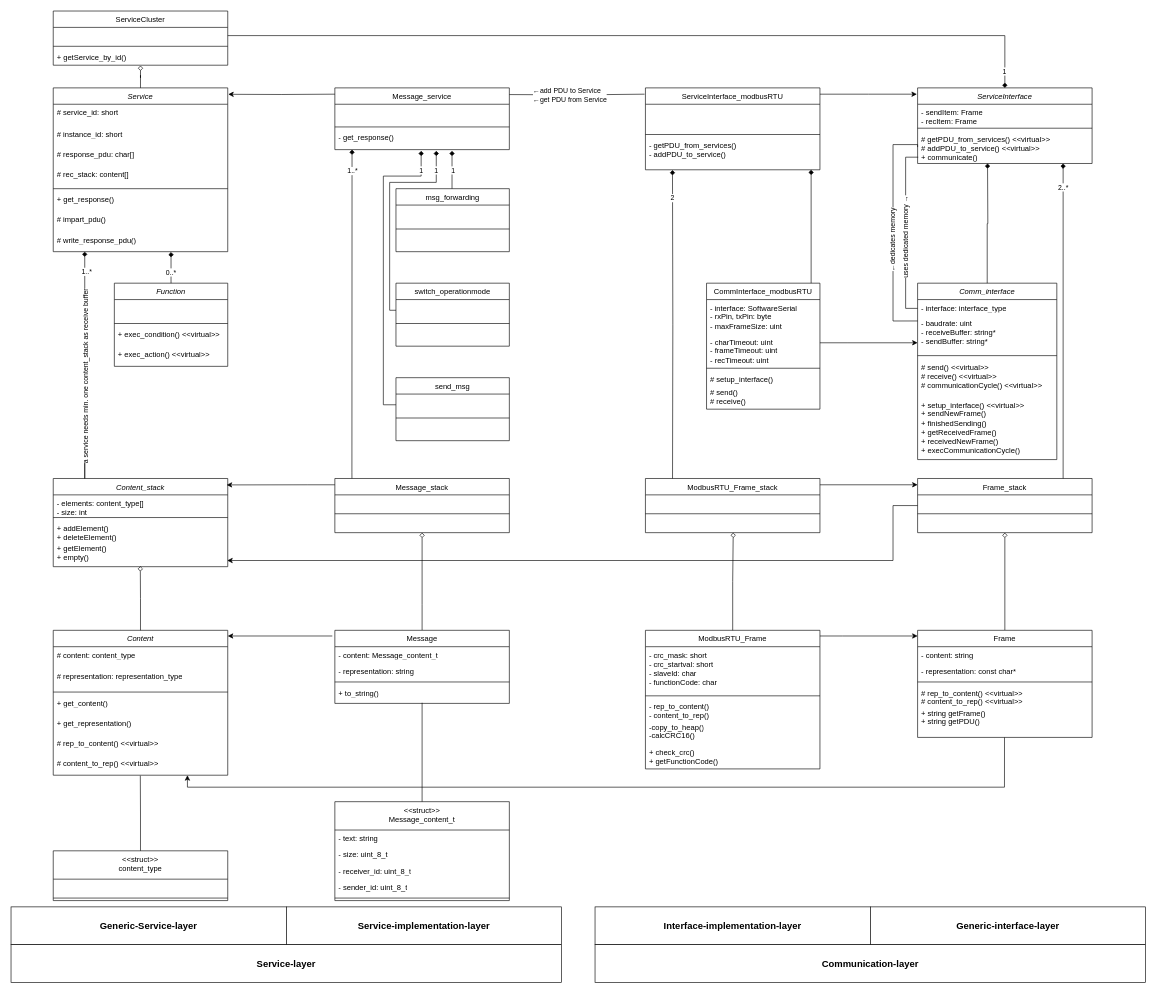
Above: modbus_classdiagram.drawio in F-L-X-S/BusBricks (draw.io), before the change. Source tidied: cells renumbered, new cells numbered last; positions are measured from the earlier drawing's top-left corner, leaving out a move shared by most shapes. Both pictures are drawn from the tidied source at 63%, with x=0, y=0 at pixel (11, 11).
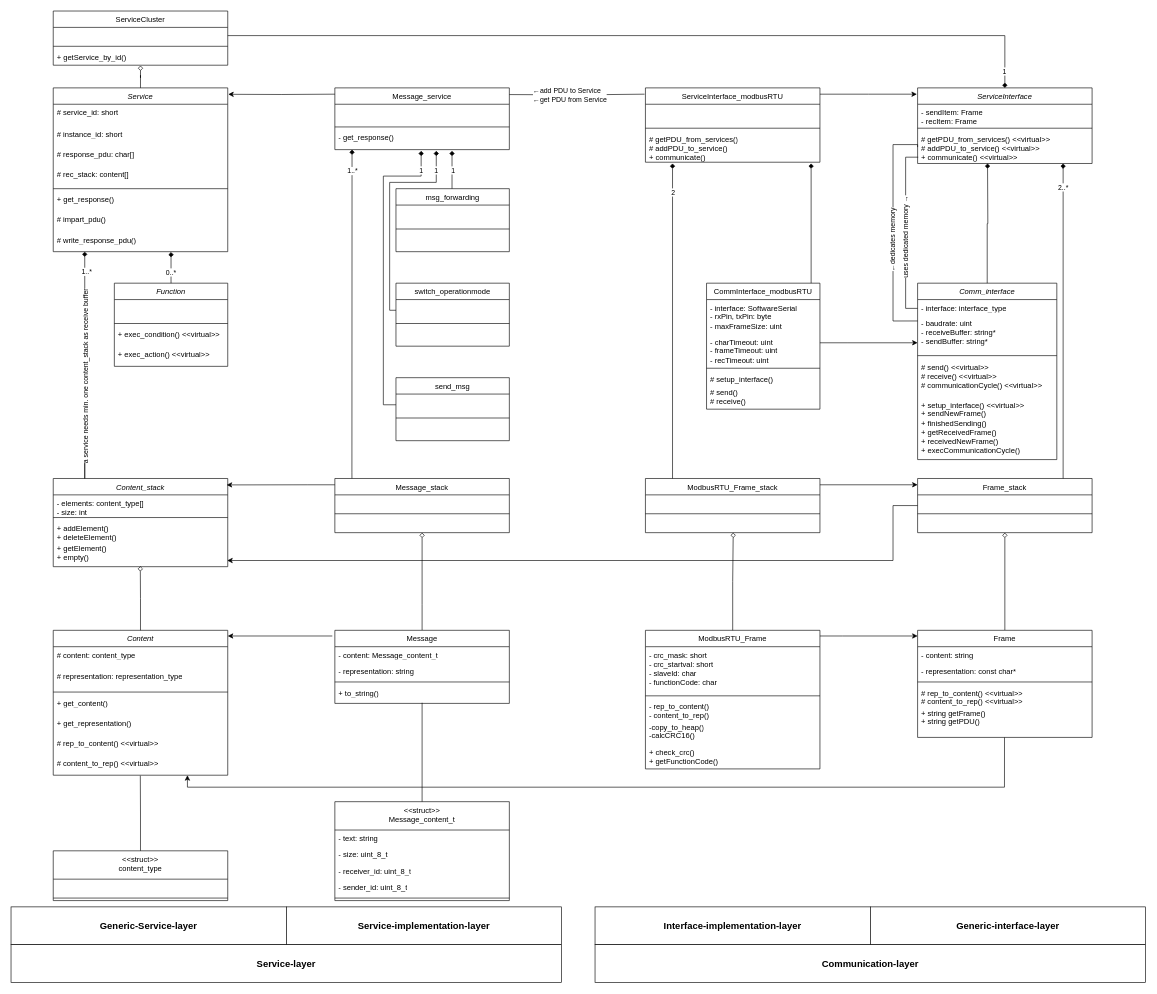
The same page after the edit.

Commit message (it also covers changes not shown here):
prepared ServiceInterface-modbus-implementation

The change refers to these unchanged cells:
```xml
<mxCell id="2" value="&lt;span style=&quot;font-weight: normal;&quot;&gt;&lt;i&gt;ServiceInterface&lt;/i&gt;&lt;/span&gt;" style="swimlane;fontStyle=1;align=center;verticalAlign=top;horizontal=1;startSize=26;whiteSpace=wrap;html=1;" parent="1" vertex="1">
  <mxGeometry x="1439" y="122" width="277" height="120" as="geometry" />
</mxCell>
```

What changed in the source:
```diff
@@
-    <mxCell id="5" value="# getPDU_from_services() &amp;lt;&amp;lt;virtual&amp;gt;&amp;gt;&lt;br&gt;# addPDU_to_service() &amp;lt;&amp;lt;virtual&amp;gt;&amp;gt;&lt;br&gt;+ communicate()" style="text;strokeColor=none;fillColor=none;align=left;verticalAlign=top;spacingLeft=4;spacingRight=4;overflow=hidden;points=[[0,0.5],[1,0.5]];portConstraint=eastwest;whiteSpace=wrap;html=1;" parent="2" vertex="1">
+    <mxCell id="5" value="# getPDU_from_services() &amp;lt;&amp;lt;virtual&amp;gt;&amp;gt;&lt;br&gt;# addPDU_to_service() &amp;lt;&amp;lt;virtual&amp;gt;&amp;gt;&lt;br&gt;+ communicate() &amp;lt;&amp;lt;virtual&amp;gt;&amp;gt;" style="text;strokeColor=none;fillColor=none;align=left;verticalAlign=top;spacingLeft=4;spacingRight=4;overflow=hidden;points=[[0,0.5],[1,0.5]];portConstraint=eastwest;whiteSpace=wrap;html=1;" parent="2" vertex="1">
       <mxGeometry y="68" width="277" height="52" as="geometry" />
     </mxCell>
@@
     <mxCell id="98" value="&lt;span style=&quot;font-weight: normal;&quot;&gt;ServiceInterface_modbusRTU&lt;/span&gt;" style="swimlane;fontStyle=1;align=center;verticalAlign=top;horizontal=1;startSize=26;whiteSpace=wrap;html=1;" parent="1" vertex="1">
-      <mxGeometry x="1007" y="122" width="277" height="130" as="geometry" />
+      <mxGeometry x="1007" y="122" width="277" height="118" as="geometry" />
     </mxCell>
     <mxCell id="99" value="&amp;nbsp;" style="text;strokeColor=none;fillColor=none;align=left;verticalAlign=top;spacingLeft=4;spacingRight=4;overflow=hidden;whiteSpace=wrap;html=1;" parent="98" vertex="1">
-      <mxGeometry y="26" width="277" height="44" as="geometry" />
+      <mxGeometry y="26" width="277" height="34" as="geometry" />
     </mxCell>
     <mxCell id="100" style="line;strokeWidth=1;fillColor=none;align=left;verticalAlign=middle;spacingTop=-1;spacingLeft=3;spacingRight=3;labelPosition=right;strokeColor=inherit;" parent="98" vertex="1">
-      <mxGeometry y="70" width="277" height="8" as="geometry" />
+      <mxGeometry y="60" width="277" height="8" as="geometry" />
     </mxCell>
-    <mxCell id="101" value="- getPDU_from_services()&amp;nbsp;&lt;br&gt;- addPDU_to_service()&amp;nbsp;" style="text;strokeColor=none;fillColor=none;align=left;verticalAlign=top;spacingLeft=4;spacingRight=4;overflow=hidden;points=[[0,0.5],[1,0.5]];portConstraint=eastwest;whiteSpace=wrap;html=1;" parent="98" vertex="1">
-      <mxGeometry y="78" width="277" height="52" as="geometry" />
-    </mxCell>
+    <mxCell id="156" value="# getPDU_from_services()&lt;br&gt;# addPDU_to_service()&amp;nbsp;&lt;br&gt;+ communicate()&amp;nbsp;" style="text;strokeColor=none;fillColor=none;align=left;verticalAlign=top;spacingLeft=4;spacingRight=4;overflow=hidden;whiteSpace=wrap;html=1;" parent="98" vertex="1">
+      <mxGeometry y="68" width="277" height="50" as="geometry" />
+    </mxCell>
@@
-    <mxCell id="146" style="edgeStyle=orthogonalEdgeStyle;rounded=0;jettySize=auto;html=1;endArrow=diamond;endFill=1;entryX=0.155;entryY=1.009;entryDx=0;entryDy=0;entryPerimeter=0;" parent="1" edge="1" target="101">
+    <mxCell id="146" style="edgeStyle=orthogonalEdgeStyle;rounded=0;orthogonalLoop=1;jettySize=auto;html=1;endArrow=diamond;endFill=1;" parent="1" edge="1">
       <mxGeometry relative="1" as="geometry">
         <mxPoint x="1050" y="742" as="sourcePoint" />
+        <mxPoint x="1050" y="242" as="targetPoint" />
       </mxGeometry>
     </mxCell>
@@
-    <mxCell id="151" style="edgeStyle=orthogonalEdgeStyle;rounded=0;orthogonalLoop=1;jettySize=auto;html=1;entryX=0.675;entryY=1;entryDx=0;entryDy=0;entryPerimeter=0;endArrow=diamond;endFill=1;" parent="1" edge="1">
+    <mxCell id="151" style="edgeStyle=orthogonalEdgeStyle;rounded=0;orthogonalLoop=1;jettySize=auto;html=1;endArrow=diamond;endFill=1;" parent="1" edge="1">
       <mxGeometry relative="1" as="geometry">
         <mxPoint x="1270" y="432" as="sourcePoint" />
-        <mxPoint x="1270" y="252" as="targetPoint" />
+        <mxPoint x="1270" y="242" as="targetPoint" />
       </mxGeometry>
     </mxCell>
```
